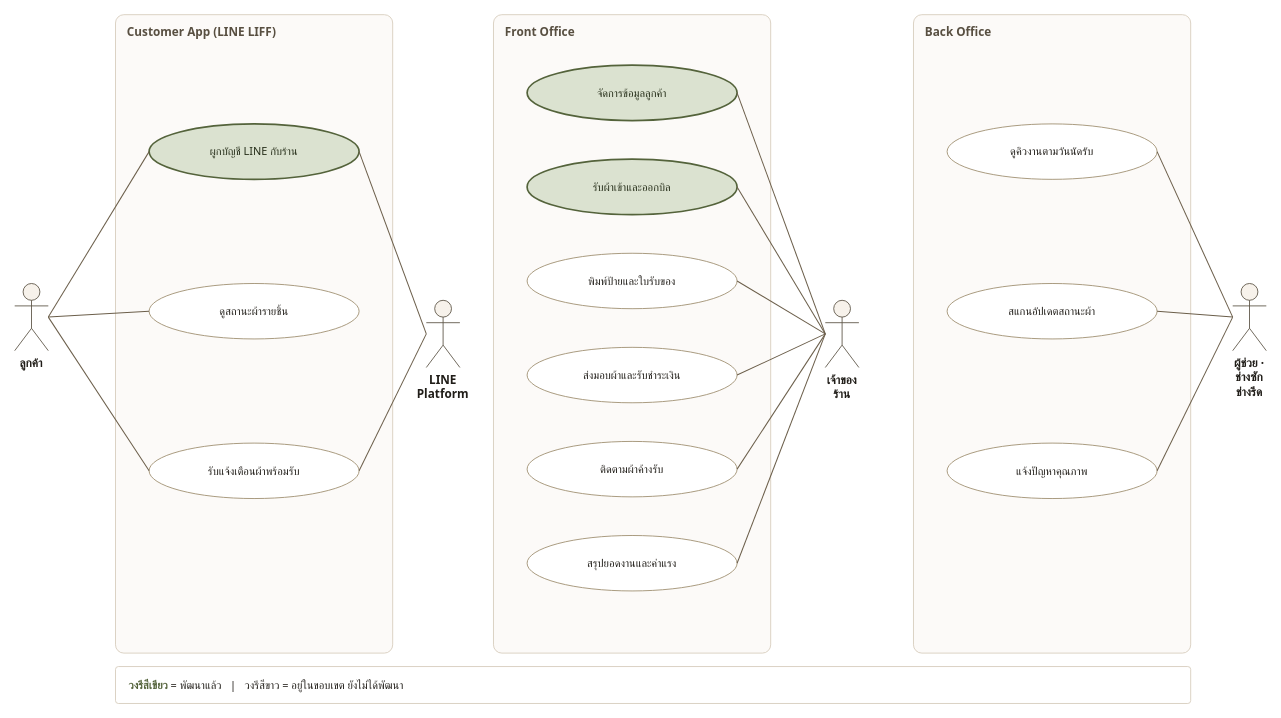
Above: page "5 Use Case Diagram" (8 of 10) of docs/proposal/proposal-diagrams.drawio in peeranat45/sriborisud-laundry (draw.io), before the change. Source tidied: cells renumbered, new cells numbered last; positions are measured from the earlier drawing's top-left corner, leaving out a move shared by most shapes. Both pictures are drawn from the tidied source at 84%, with x=0, y=0 at pixel (14, 14).
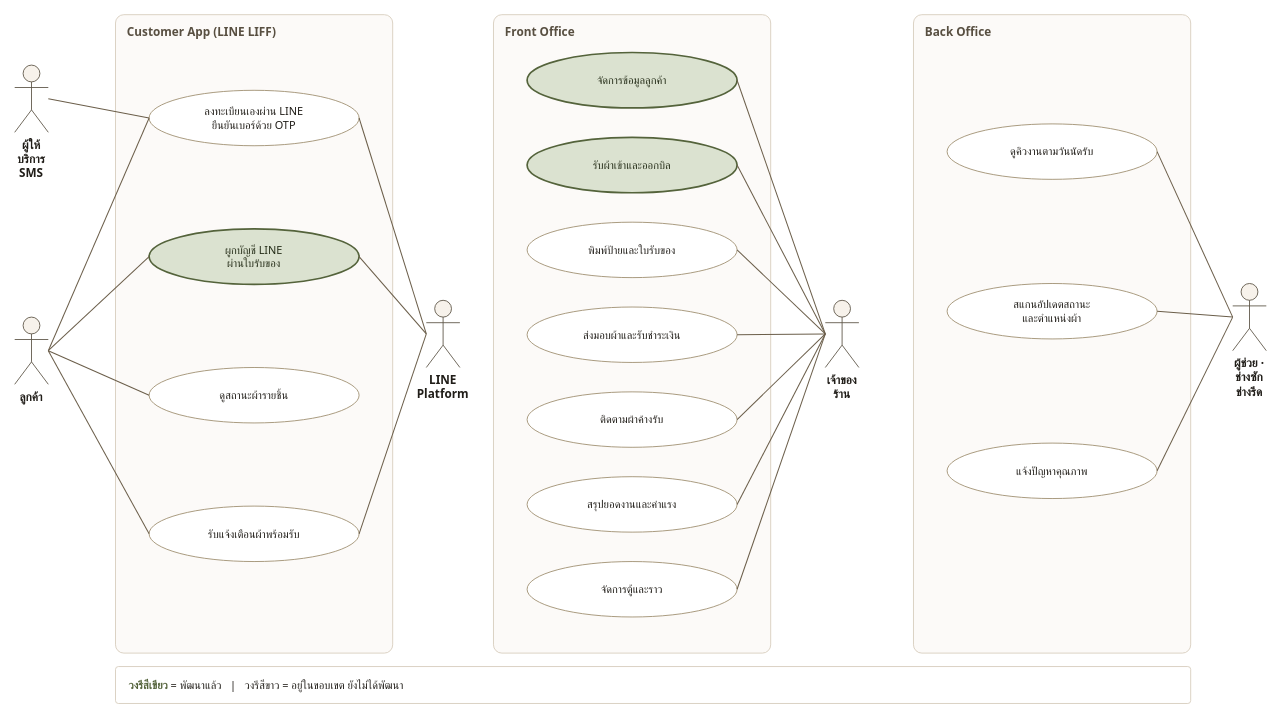
The same diagram, later.

Commit message (it also covers changes not shown here):
docs: ลงทะเบียนลูกค้าด้วย OTP และติดตามตำแหน่งผ้าในตู้และราว

Unchanged cells that the change refers to:
```xml
<mxCell id="14" value="ดูคิวงานตามวันนัดรับ" style="fontFamily=Tahoma;html=1;whiteSpace=wrap;ellipse;fillColor=#FFFFFF;strokeColor=#9A8A69;fontColor=#201D18;fontSize=13;" parent="1" vertex="1">
  <mxGeometry x="1110" y="130" width="250" height="66" as="geometry" />
</mxCell>
<mxCell id="16" value="แจ้งปัญหาคุณภาพ" style="fontFamily=Tahoma;html=1;whiteSpace=wrap;ellipse;fillColor=#FFFFFF;strokeColor=#9A8A69;fontColor=#201D18;fontSize=13;" parent="1" vertex="1">
  <mxGeometry x="1110" y="510" width="250" height="66" as="geometry" />
</mxCell>
<mxCell id="18" value="LINE&lt;br&gt;Platform" style="fontFamily=Tahoma;html=1;whiteSpace=wrap;shape=umlActor;verticalLabelPosition=bottom;verticalAlign=top;outlineConnect=0;fontSize=14;fontStyle=1;strokeColor=#584F41;fillColor=#F7F2EB;fontColor=#201D18;" parent="1" vertex="1">
  <mxGeometry x="490" y="340" width="40" height="80" as="geometry" />
</mxCell>
<mxCell id="19" value="เจ้าของร้าน" style="fontFamily=Tahoma;html=1;whiteSpace=wrap;shape=umlActor;verticalLabelPosition=bottom;verticalAlign=top;outlineConnect=0;fontSize=14;fontStyle=1;strokeColor=#584F41;fillColor=#F7F2EB;fontColor=#201D18;" parent="1" vertex="1">
  <mxGeometry x="965" y="340" width="40" height="80" as="geometry" />
</mxCell>
<mxCell id="20" value="ผู้ช่วย · ช่างซัก&lt;br&gt;ช่างรีด" style="fontFamily=Tahoma;html=1;whiteSpace=wrap;shape=umlActor;verticalLabelPosition=bottom;verticalAlign=top;outlineConnect=0;fontSize=14;fontStyle=1;strokeColor=#584F41;fillColor=#F7F2EB;fontColor=#201D18;" parent="1" vertex="1">
  <mxGeometry x="1450" y="320" width="40" height="80" as="geometry" />
</mxCell>
```

Diff of the diagram source:
```diff
@@
-    <mxCell id="3" value="ผูกบัญชี LINE กับร้าน" style="fontFamily=Tahoma;html=1;whiteSpace=wrap;ellipse;fillColor=#DBE2D0;strokeColor=#54633B;strokeWidth=2;fontColor=#262E19;fontSize=13;" parent="1" vertex="1">
-      <mxGeometry x="160" y="130" width="250" height="66" as="geometry" />
+    <mxCell id="3" value="ลงทะเบียนเองผ่าน LINE&lt;br&gt;ยืนยันเบอร์ด้วย OTP" style="fontFamily=Tahoma;html=1;whiteSpace=wrap;ellipse;fillColor=#FFFFFF;strokeColor=#9A8A69;fontColor=#201D18;fontSize=13;" parent="1" vertex="1">
+      <mxGeometry x="160" y="90" width="250" height="66" as="geometry" />
     </mxCell>
-    <mxCell id="4" value="ดูสถานะผ้ารายชิ้น" style="fontFamily=Tahoma;html=1;whiteSpace=wrap;ellipse;fillColor=#FFFFFF;strokeColor=#9A8A69;fontColor=#201D18;fontSize=13;" parent="1" vertex="1">
-      <mxGeometry x="160" y="320" width="250" height="66" as="geometry" />
+    <mxCell id="4" value="ผูกบัญชี LINE&lt;br&gt;ผ่านใบรับของ" style="fontFamily=Tahoma;html=1;whiteSpace=wrap;ellipse;fillColor=#DBE2D0;strokeColor=#54633B;strokeWidth=2;fontColor=#262E19;fontSize=13;" parent="1" vertex="1">
+      <mxGeometry x="160" y="255" width="250" height="66" as="geometry" />
     </mxCell>
-    <mxCell id="5" value="รับแจ้งเตือนผ้าพร้อมรับ" style="fontFamily=Tahoma;html=1;whiteSpace=wrap;ellipse;fillColor=#FFFFFF;strokeColor=#9A8A69;fontColor=#201D18;fontSize=13;" parent="1" vertex="1">
-      <mxGeometry x="160" y="510" width="250" height="66" as="geometry" />
+    <mxCell id="5" value="ดูสถานะผ้ารายชิ้น" style="fontFamily=Tahoma;html=1;whiteSpace=wrap;ellipse;fillColor=#FFFFFF;strokeColor=#9A8A69;fontColor=#201D18;fontSize=13;" parent="1" vertex="1">
+      <mxGeometry x="160" y="420" width="250" height="66" as="geometry" />
     </mxCell>
+    <mxCell id="36" value="รับแจ้งเตือนผ้าพร้อมรับ" style="fontFamily=Tahoma;html=1;whiteSpace=wrap;ellipse;fillColor=#FFFFFF;strokeColor=#9A8A69;fontColor=#201D18;fontSize=13;" parent="1" vertex="1">
+      <mxGeometry x="160" y="585" width="250" height="66" as="geometry" />
+    </mxCell>
@@
     <mxCell id="7" value="จัดการข้อมูลลูกค้า" style="fontFamily=Tahoma;html=1;whiteSpace=wrap;ellipse;fillColor=#DBE2D0;strokeColor=#54633B;strokeWidth=2;fontColor=#262E19;fontSize=13;" parent="1" vertex="1">
-      <mxGeometry x="610" y="60" width="250" height="66" as="geometry" />
+      <mxGeometry x="610" y="45" width="250" height="66" as="geometry" />
     </mxCell>
     <mxCell id="8" value="รับผ้าเข้าและออกบิล" style="fontFamily=Tahoma;html=1;whiteSpace=wrap;ellipse;fillColor=#DBE2D0;strokeColor=#54633B;strokeWidth=2;fontColor=#262E19;fontSize=13;" parent="1" vertex="1">
-      <mxGeometry x="610" y="172" width="250" height="66" as="geometry" />
+      <mxGeometry x="610" y="146" width="250" height="66" as="geometry" />
     </mxCell>
     <mxCell id="9" value="พิมพ์ป้ายและใบรับของ" style="fontFamily=Tahoma;html=1;whiteSpace=wrap;ellipse;fillColor=#FFFFFF;strokeColor=#9A8A69;fontColor=#201D18;fontSize=13;" parent="1" vertex="1">
-      <mxGeometry x="610" y="284" width="250" height="66" as="geometry" />
+      <mxGeometry x="610" y="247" width="250" height="66" as="geometry" />
     </mxCell>
     <mxCell id="10" value="ส่งมอบผ้าและรับชำระเงิน" style="fontFamily=Tahoma;html=1;whiteSpace=wrap;ellipse;fillColor=#FFFFFF;strokeColor=#9A8A69;fontColor=#201D18;fontSize=13;" parent="1" vertex="1">
-      <mxGeometry x="610" y="396" width="250" height="66" as="geometry" />
+      <mxGeometry x="610" y="348" width="250" height="66" as="geometry" />
     </mxCell>
     <mxCell id="11" value="ติดตามผ้าค้างรับ" style="fontFamily=Tahoma;html=1;whiteSpace=wrap;ellipse;fillColor=#FFFFFF;strokeColor=#9A8A69;fontColor=#201D18;fontSize=13;" parent="1" vertex="1">
-      <mxGeometry x="610" y="508" width="250" height="66" as="geometry" />
+      <mxGeometry x="610" y="449" width="250" height="66" as="geometry" />
     </mxCell>
     <mxCell id="12" value="สรุปยอดงานและค่าแรง" style="fontFamily=Tahoma;html=1;whiteSpace=wrap;ellipse;fillColor=#FFFFFF;strokeColor=#9A8A69;fontColor=#201D18;fontSize=13;" parent="1" vertex="1">
-      <mxGeometry x="610" y="620" width="250" height="66" as="geometry" />
+      <mxGeometry x="610" y="550" width="250" height="66" as="geometry" />
     </mxCell>
+    <mxCell id="37" value="จัดการตู้และราว" style="fontFamily=Tahoma;html=1;whiteSpace=wrap;ellipse;fillColor=#FFFFFF;strokeColor=#9A8A69;fontColor=#201D18;fontSize=13;" parent="1" vertex="1">
+      <mxGeometry x="610" y="651" width="250" height="66" as="geometry" />
+    </mxCell>
@@
-    <mxCell id="15" value="สแกนอัปเดตสถานะผ้า" style="fontFamily=Tahoma;html=1;whiteSpace=wrap;ellipse;fillColor=#FFFFFF;strokeColor=#9A8A69;fontColor=#201D18;fontSize=13;" parent="1" vertex="1">
+    <mxCell id="15" value="สแกนอัปเดตสถานะ&lt;br&gt;และตำแหน่งผ้า" style="fontFamily=Tahoma;html=1;whiteSpace=wrap;ellipse;fillColor=#FFFFFF;strokeColor=#9A8A69;fontColor=#201D18;fontSize=13;" parent="1" vertex="1">
       <mxGeometry x="1110" y="320" width="250" height="66" as="geometry" />
     </mxCell>
@@
+    <mxCell id="38" value="ผู้ให้บริการ&lt;br&gt;SMS" style="fontFamily=Tahoma;html=1;whiteSpace=wrap;shape=umlActor;verticalLabelPosition=bottom;verticalAlign=top;outlineConnect=0;fontSize=14;fontStyle=1;strokeColor=#584F41;fillColor=#F7F2EB;fontColor=#201D18;" parent="1" vertex="1">
+      <mxGeometry y="60" width="40" height="80" as="geometry" />
+    </mxCell>
     <mxCell id="17" value="ลูกค้า" style="fontFamily=Tahoma;html=1;whiteSpace=wrap;shape=umlActor;verticalLabelPosition=bottom;verticalAlign=top;outlineConnect=0;fontSize=14;fontStyle=1;strokeColor=#584F41;fillColor=#F7F2EB;fontColor=#201D18;" parent="1" vertex="1">
-      <mxGeometry y="320" width="40" height="80" as="geometry" />
+      <mxGeometry y="360" width="40" height="80" as="geometry" />
     </mxCell>
@@
-    <mxCell id="24" style="fontFamily=Tahoma;html=1;whiteSpace=wrap;rounded=0;endArrow=block;endFill=1;fontSize=12;labelBackgroundColor=#FFFFFF;exitX=0;exitY=0.5;exitDx=0;exitDy=0;entryX=1;entryY=0.5;entryDx=0;entryDy=0;strokeColor=#6B5E4A;strokeWidth=1.2;endArrow=none;" parent="1" edge="1" source="18" target="3">
+    <mxCell id="24" style="fontFamily=Tahoma;html=1;whiteSpace=wrap;rounded=0;endArrow=block;endFill=1;fontSize=12;labelBackgroundColor=#FFFFFF;exitX=1;exitY=0.5;exitDx=0;exitDy=0;entryX=0;entryY=0.5;entryDx=0;entryDy=0;strokeColor=#6B5E4A;strokeWidth=1.2;endArrow=none;" parent="1" edge="1" source="17" target="36">
       <mxGeometry relative="1" as="geometry" />
     </mxCell>
-    <mxCell id="25" style="fontFamily=Tahoma;html=1;whiteSpace=wrap;rounded=0;endArrow=block;endFill=1;fontSize=12;labelBackgroundColor=#FFFFFF;exitX=0;exitY=0.5;exitDx=0;exitDy=0;entryX=1;entryY=0.5;entryDx=0;entryDy=0;strokeColor=#6B5E4A;strokeWidth=1.2;endArrow=none;" parent="1" edge="1" source="18" target="5">
+    <mxCell id="25" style="fontFamily=Tahoma;html=1;whiteSpace=wrap;rounded=0;endArrow=block;endFill=1;fontSize=12;labelBackgroundColor=#FFFFFF;exitX=1;exitY=0.5;exitDx=0;exitDy=0;entryX=0;entryY=0.5;entryDx=0;entryDy=0;strokeColor=#6B5E4A;strokeWidth=1.2;endArrow=none;" parent="1" edge="1" source="38" target="3">
       <mxGeometry relative="1" as="geometry" />
     </mxCell>
-    <mxCell id="26" style="fontFamily=Tahoma;html=1;whiteSpace=wrap;rounded=0;endArrow=block;endFill=1;fontSize=12;labelBackgroundColor=#FFFFFF;exitX=0;exitY=0.5;exitDx=0;exitDy=0;entryX=1;entryY=0.5;entryDx=0;entryDy=0;strokeColor=#6B5E4A;strokeWidth=1.2;endArrow=none;" parent="1" edge="1" source="19" target="7">
+    <mxCell id="26" style="fontFamily=Tahoma;html=1;whiteSpace=wrap;rounded=0;endArrow=block;endFill=1;fontSize=12;labelBackgroundColor=#FFFFFF;exitX=0;exitY=0.5;exitDx=0;exitDy=0;entryX=1;entryY=0.5;entryDx=0;entryDy=0;strokeColor=#6B5E4A;strokeWidth=1.2;endArrow=none;" parent="1" edge="1" source="18" target="3">
       <mxGeometry relative="1" as="geometry" />
     </mxCell>
-    <mxCell id="27" style="fontFamily=Tahoma;html=1;whiteSpace=wrap;rounded=0;endArrow=block;endFill=1;fontSize=12;labelBackgroundColor=#FFFFFF;exitX=0;exitY=0.5;exitDx=0;exitDy=0;entryX=1;entryY=0.5;entryDx=0;entryDy=0;strokeColor=#6B5E4A;strokeWidth=1.2;endArrow=none;" parent="1" edge="1" source="19" target="8">
+    <mxCell id="27" style="fontFamily=Tahoma;html=1;whiteSpace=wrap;rounded=0;endArrow=block;endFill=1;fontSize=12;labelBackgroundColor=#FFFFFF;exitX=0;exitY=0.5;exitDx=0;exitDy=0;entryX=1;entryY=0.5;entryDx=0;entryDy=0;strokeColor=#6B5E4A;strokeWidth=1.2;endArrow=none;" parent="1" edge="1" source="18" target="4">
       <mxGeometry relative="1" as="geometry" />
     </mxCell>
-    <mxCell id="28" style="fontFamily=Tahoma;html=1;whiteSpace=wrap;rounded=0;endArrow=block;endFill=1;fontSize=12;labelBackgroundColor=#FFFFFF;exitX=0;exitY=0.5;exitDx=0;exitDy=0;entryX=1;entryY=0.5;entryDx=0;entryDy=0;strokeColor=#6B5E4A;strokeWidth=1.2;endArrow=none;" parent="1" edge="1" source="19" target="9">
+    <mxCell id="28" style="fontFamily=Tahoma;html=1;whiteSpace=wrap;rounded=0;endArrow=block;endFill=1;fontSize=12;labelBackgroundColor=#FFFFFF;exitX=0;exitY=0.5;exitDx=0;exitDy=0;entryX=1;entryY=0.5;entryDx=0;entryDy=0;strokeColor=#6B5E4A;strokeWidth=1.2;endArrow=none;" parent="1" edge="1" source="18" target="36">
       <mxGeometry relative="1" as="geometry" />
     </mxCell>
-    <mxCell id="29" style="fontFamily=Tahoma;html=1;whiteSpace=wrap;rounded=0;endArrow=block;endFill=1;fontSize=12;labelBackgroundColor=#FFFFFF;exitX=0;exitY=0.5;exitDx=0;exitDy=0;entryX=1;entryY=0.5;entryDx=0;entryDy=0;strokeColor=#6B5E4A;strokeWidth=1.2;endArrow=none;" parent="1" edge="1" source="19" target="10">
+    <mxCell id="29" style="fontFamily=Tahoma;html=1;whiteSpace=wrap;rounded=0;endArrow=block;endFill=1;fontSize=12;labelBackgroundColor=#FFFFFF;exitX=0;exitY=0.5;exitDx=0;exitDy=0;entryX=1;entryY=0.5;entryDx=0;entryDy=0;strokeColor=#6B5E4A;strokeWidth=1.2;endArrow=none;" parent="1" edge="1" source="19" target="7">
       <mxGeometry relative="1" as="geometry" />
     </mxCell>
-    <mxCell id="30" style="fontFamily=Tahoma;html=1;whiteSpace=wrap;rounded=0;endArrow=block;endFill=1;fontSize=12;labelBackgroundColor=#FFFFFF;exitX=0;exitY=0.5;exitDx=0;exitDy=0;entryX=1;entryY=0.5;entryDx=0;entryDy=0;strokeColor=#6B5E4A;strokeWidth=1.2;endArrow=none;" parent="1" edge="1" source="19" target="11">
+    <mxCell id="30" style="fontFamily=Tahoma;html=1;whiteSpace=wrap;rounded=0;endArrow=block;endFill=1;fontSize=12;labelBackgroundColor=#FFFFFF;exitX=0;exitY=0.5;exitDx=0;exitDy=0;entryX=1;entryY=0.5;entryDx=0;entryDy=0;strokeColor=#6B5E4A;strokeWidth=1.2;endArrow=none;" parent="1" edge="1" source="19" target="8">
       <mxGeometry relative="1" as="geometry" />
     </mxCell>
-    <mxCell id="31" style="fontFamily=Tahoma;html=1;whiteSpace=wrap;rounded=0;endArrow=block;endFill=1;fontSize=12;labelBackgroundColor=#FFFFFF;exitX=0;exitY=0.5;exitDx=0;exitDy=0;entryX=1;entryY=0.5;entryDx=0;entryDy=0;strokeColor=#6B5E4A;strokeWidth=1.2;endArrow=none;" parent="1" edge="1" source="19" target="12">
+    <mxCell id="31" style="fontFamily=Tahoma;html=1;whiteSpace=wrap;rounded=0;endArrow=block;endFill=1;fontSize=12;labelBackgroundColor=#FFFFFF;exitX=0;exitY=0.5;exitDx=0;exitDy=0;entryX=1;entryY=0.5;entryDx=0;entryDy=0;strokeColor=#6B5E4A;strokeWidth=1.2;endArrow=none;" parent="1" edge="1" source="19" target="9">
       <mxGeometry relative="1" as="geometry" />
     </mxCell>
-    <mxCell id="32" style="fontFamily=Tahoma;html=1;whiteSpace=wrap;rounded=0;endArrow=block;endFill=1;fontSize=12;labelBackgroundColor=#FFFFFF;exitX=0;exitY=0.5;exitDx=0;exitDy=0;entryX=1;entryY=0.5;entryDx=0;entryDy=0;strokeColor=#6B5E4A;strokeWidth=1.2;endArrow=none;" parent="1" edge="1" source="20" target="14">
+    <mxCell id="32" style="fontFamily=Tahoma;html=1;whiteSpace=wrap;rounded=0;endArrow=block;endFill=1;fontSize=12;labelBackgroundColor=#FFFFFF;exitX=0;exitY=0.5;exitDx=0;exitDy=0;entryX=1;entryY=0.5;entryDx=0;entryDy=0;strokeColor=#6B5E4A;strokeWidth=1.2;endArrow=none;" parent="1" edge="1" source="19" target="10">
       <mxGeometry relative="1" as="geometry" />
     </mxCell>
-    <mxCell id="33" style="fontFamily=Tahoma;html=1;whiteSpace=wrap;rounded=0;endArrow=block;endFill=1;fontSize=12;labelBackgroundColor=#FFFFFF;exitX=0;exitY=0.5;exitDx=0;exitDy=0;entryX=1;entryY=0.5;entryDx=0;entryDy=0;strokeColor=#6B5E4A;strokeWidth=1.2;endArrow=none;" parent="1" edge="1" source="20" target="15">
+    <mxCell id="33" style="fontFamily=Tahoma;html=1;whiteSpace=wrap;rounded=0;endArrow=block;endFill=1;fontSize=12;labelBackgroundColor=#FFFFFF;exitX=0;exitY=0.5;exitDx=0;exitDy=0;entryX=1;entryY=0.5;entryDx=0;entryDy=0;strokeColor=#6B5E4A;strokeWidth=1.2;endArrow=none;" parent="1" edge="1" source="19" target="11">
       <mxGeometry relative="1" as="geometry" />
     </mxCell>
-    <mxCell id="34" style="fontFamily=Tahoma;html=1;whiteSpace=wrap;rounded=0;endArrow=block;endFill=1;fontSize=12;labelBackgroundColor=#FFFFFF;exitX=0;exitY=0.5;exitDx=0;exitDy=0;entryX=1;entryY=0.5;entryDx=0;entryDy=0;strokeColor=#6B5E4A;strokeWidth=1.2;endArrow=none;" parent="1" edge="1" source="20" target="16">
+    <mxCell id="34" style="fontFamily=Tahoma;html=1;whiteSpace=wrap;rounded=0;endArrow=block;endFill=1;fontSize=12;labelBackgroundColor=#FFFFFF;exitX=0;exitY=0.5;exitDx=0;exitDy=0;entryX=1;entryY=0.5;entryDx=0;entryDy=0;strokeColor=#6B5E4A;strokeWidth=1.2;endArrow=none;" parent="1" edge="1" source="19" target="12">
       <mxGeometry relative="1" as="geometry" />
     </mxCell>
+    <mxCell id="39" style="fontFamily=Tahoma;html=1;whiteSpace=wrap;rounded=0;endArrow=block;endFill=1;fontSize=12;labelBackgroundColor=#FFFFFF;exitX=0;exitY=0.5;exitDx=0;exitDy=0;entryX=1;entryY=0.5;entryDx=0;entryDy=0;strokeColor=#6B5E4A;strokeWidth=1.2;endArrow=none;" parent="1" edge="1" source="19" target="37">
+      <mxGeometry relative="1" as="geometry" />
+    </mxCell>
+    <mxCell id="40" style="fontFamily=Tahoma;html=1;whiteSpace=wrap;rounded=0;endArrow=block;endFill=1;fontSize=12;labelBackgroundColor=#FFFFFF;exitX=0;exitY=0.5;exitDx=0;exitDy=0;entryX=1;entryY=0.5;entryDx=0;entryDy=0;strokeColor=#6B5E4A;strokeWidth=1.2;endArrow=none;" parent="1" edge="1" source="20" target="14">
+      <mxGeometry relative="1" as="geometry" />
+    </mxCell>
+    <mxCell id="41" style="fontFamily=Tahoma;html=1;whiteSpace=wrap;rounded=0;endArrow=block;endFill=1;fontSize=12;labelBackgroundColor=#FFFFFF;exitX=0;exitY=0.5;exitDx=0;exitDy=0;entryX=1;entryY=0.5;entryDx=0;entryDy=0;strokeColor=#6B5E4A;strokeWidth=1.2;endArrow=none;" parent="1" edge="1" source="20" target="15">
+      <mxGeometry relative="1" as="geometry" />
+    </mxCell>
+    <mxCell id="42" style="fontFamily=Tahoma;html=1;whiteSpace=wrap;rounded=0;endArrow=block;endFill=1;fontSize=12;labelBackgroundColor=#FFFFFF;exitX=0;exitY=0.5;exitDx=0;exitDy=0;entryX=1;entryY=0.5;entryDx=0;entryDy=0;strokeColor=#6B5E4A;strokeWidth=1.2;endArrow=none;" parent="1" edge="1" source="20" target="16">
+      <mxGeometry relative="1" as="geometry" />
+    </mxCell>
```
